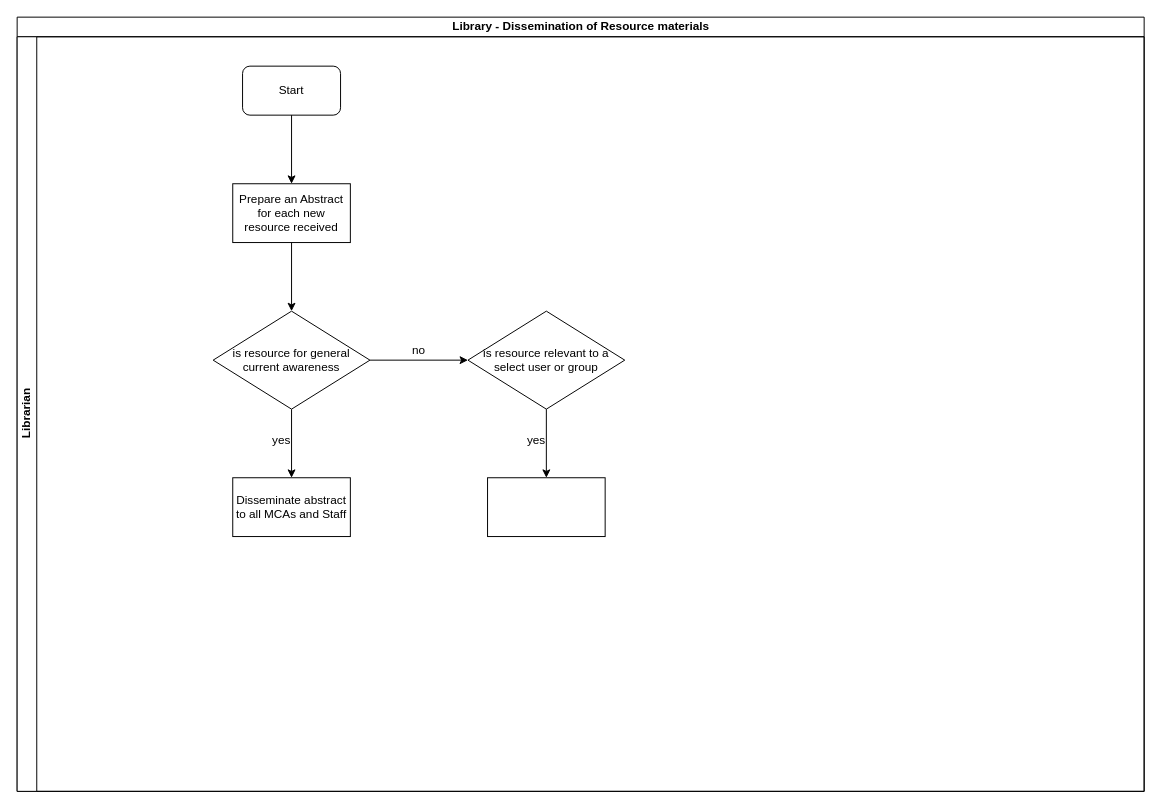
Before: Library - Dissemination of Resource materials.drawio in kmagua/flowcharts, a draw.io diagram. Source tidied: cells renumbered, new cells numbered last; positions are measured from the earlier drawing's top-left corner, leaving out a move shared by most shapes. Both pictures are drawn from the tidied source at 98%, with x=0, y=0 at pixel (17, 17).
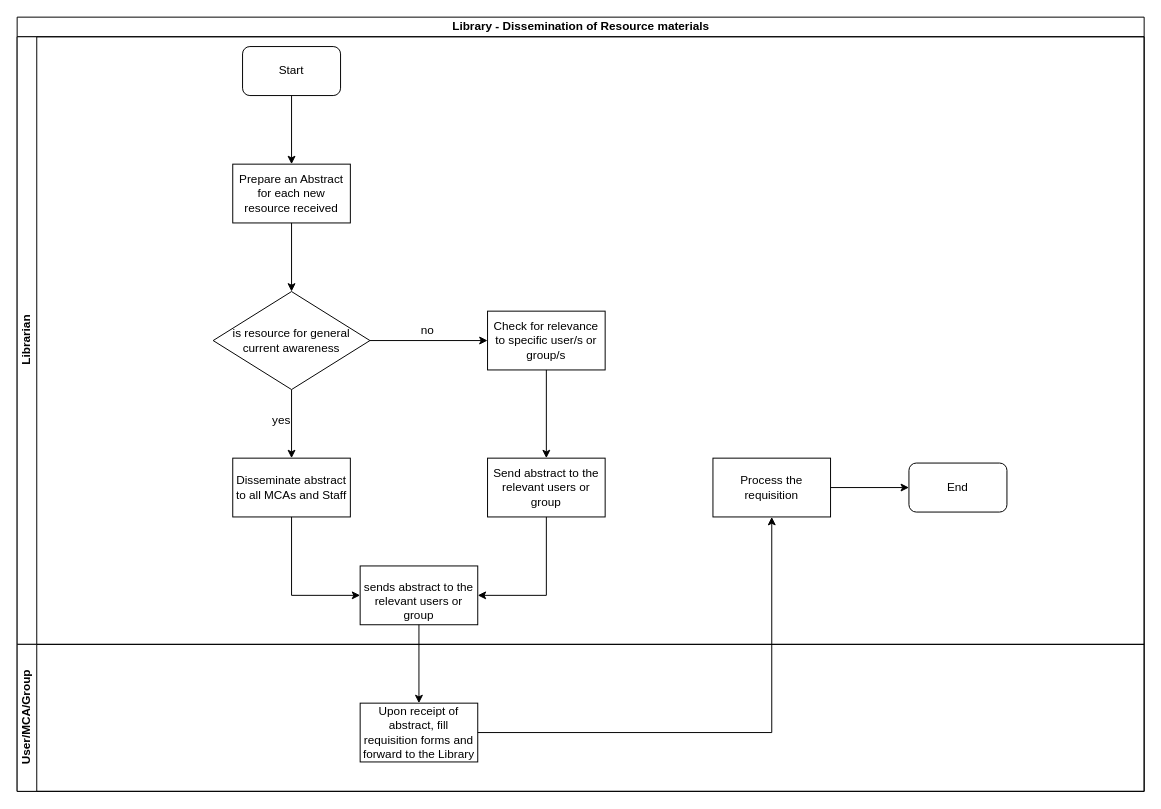
After the change.

Unchanged cells that the change refers to:
```xml
<mxCell id="2" value="Library - Dissemination of Resource materials" style="swimlane;html=1;horizontal=1;startSize=20;" parent="1" vertex="1">
  <mxGeometry width="1150" height="790" as="geometry" />
</mxCell>
```

What changed in the source:
```diff
@@
     <mxCell id="3" value="Librarian" style="swimlane;html=1;startSize=20;horizontal=0;" parent="2" vertex="1">
-      <mxGeometry y="20" width="1150" height="770" as="geometry" />
+      <mxGeometry y="20" width="1150" height="620" as="geometry" />
     </mxCell>
     <mxCell id="4" value="Start" style="rounded=1;whiteSpace=wrap;html=1;" parent="3" vertex="1">
-      <mxGeometry x="230" y="30" width="100" height="50" as="geometry" />
+      <mxGeometry x="230" y="10" width="100" height="50" as="geometry" />
     </mxCell>
     <mxCell id="5" value="Prepare an Abstract for each new resource received" style="rounded=0;whiteSpace=wrap;html=1;" parent="3" vertex="1">
-      <mxGeometry x="220" y="150" width="120" height="60" as="geometry" />
+      <mxGeometry x="220" y="130" width="120" height="60" as="geometry" />
     </mxCell>
@@
     <mxCell id="7" value="no" style="text;html=1;strokeColor=none;fillColor=none;align=center;verticalAlign=middle;whiteSpace=wrap;rounded=0;" parent="3" vertex="1">
-      <mxGeometry x="390" y="310" width="40" height="20" as="geometry" />
+      <mxGeometry x="399" y="290" width="40" height="20" as="geometry" />
     </mxCell>
-    <mxCell id="8" value="is resource relevant to a select user or group" style="rhombus;whiteSpace=wrap;html=1;rounded=0;" parent="3" vertex="1">
-      <mxGeometry x="460" y="280" width="160" height="100" as="geometry" />
-    </mxCell>
-    <mxCell id="9" value="yes" style="text;html=1;strokeColor=none;fillColor=none;align=center;verticalAlign=middle;whiteSpace=wrap;rounded=0;" parent="3" vertex="1">
-      <mxGeometry x="510" y="402" width="40" height="20" as="geometry" />
-    </mxCell>
+    <mxCell id="18" value="Check for relevance to specific user/s or group/s" style="rounded=0;whiteSpace=wrap;html=1;" parent="3" vertex="1">
+      <mxGeometry x="480" y="280" width="120" height="60" as="geometry" />
+    </mxCell>
     <mxCell id="10" value="yes" style="text;html=1;strokeColor=none;fillColor=none;align=center;verticalAlign=middle;whiteSpace=wrap;rounded=0;" parent="3" vertex="1">
-      <mxGeometry x="250" y="402" width="40" height="20" as="geometry" />
+      <mxGeometry x="250" y="382" width="40" height="20" as="geometry" />
     </mxCell>
+    <mxCell id="19" value="Process the requisition" style="whiteSpace=wrap;html=1;rounded=0;" parent="3" vertex="1">
+      <mxGeometry x="710" y="430" width="120" height="60" as="geometry" />
+    </mxCell>
-    <mxCell id="11" style="whiteSpace=wrap;html=1;rounded=0;" parent="3" vertex="1">
-      <mxGeometry x="480" y="450" width="120" height="60" as="geometry" />
+    <mxCell id="11" value="Send abstract to the relevant users or group&lt;br/&gt;" style="whiteSpace=wrap;html=1;rounded=0;" parent="3" vertex="1">
+      <mxGeometry x="480" y="430" width="120" height="60" as="geometry" />
     </mxCell>
     <mxCell id="12" value="Disseminate abstract to all MCAs and Staff" style="whiteSpace=wrap;html=1;rounded=0;" parent="3" vertex="1">
-      <mxGeometry x="220" y="450" width="120" height="60" as="geometry" />
+      <mxGeometry x="220" y="430" width="120" height="60" as="geometry" />
     </mxCell>
-    <mxCell id="13" style="edgeStyle=orthogonalEdgeStyle;rounded=0;jettySize=auto;html=1;" parent="3" edge="1" source="8" target="11">
+    <mxCell id="13" style="edgeStyle=orthogonalEdgeStyle;rounded=0;jettySize=auto;html=1;exitX=0.5;exitY=1;exitDx=0;exitDy=0;" parent="3" edge="1" source="18" target="11">
       <mxGeometry relative="1" as="geometry" />
     </mxCell>
+    <mxCell id="20" value="End" style="rounded=1;whiteSpace=wrap;html=1;" parent="3" vertex="1">
+      <mxGeometry x="910" y="435" width="100" height="50" as="geometry" />
+    </mxCell>
+    <mxCell id="21" value="&lt;br/&gt;&lt;p style=&quot;margin-bottom: 0in&quot;&gt;sends abstract to the relevant users or&lt;br/&gt;group&lt;/p&gt;&lt;br/&gt;" style="rounded=0;whiteSpace=wrap;html=1;" parent="3" vertex="1">
+      <mxGeometry x="350" y="540" width="120" height="60" as="geometry" />
+    </mxCell>
+    <mxCell id="22" style="edgeStyle=orthogonalEdgeStyle;rounded=0;jettySize=auto;html=1;entryX=1;entryY=0.5;entryDx=0;entryDy=0;exitX=0.5;exitY=1;exitDx=0;exitDy=0;" parent="3" edge="1" source="11" target="21">
+      <mxGeometry relative="1" as="geometry" />
+    </mxCell>
+    <mxCell id="23" style="edgeStyle=orthogonalEdgeStyle;rounded=0;jettySize=auto;html=1;entryX=0;entryY=0.5;entryDx=0;entryDy=0;exitX=0.5;exitY=1;exitDx=0;exitDy=0;" parent="3" edge="1" source="12" target="21">
+      <mxGeometry relative="1" as="geometry" />
+    </mxCell>
+    <mxCell id="24" style="edgeStyle=orthogonalEdgeStyle;rounded=0;jettySize=auto;html=1;entryX=0;entryY=0.5;entryDx=0;entryDy=0;" parent="3" edge="1" source="19" target="20">
+      <mxGeometry relative="1" as="geometry" />
+    </mxCell>
+    <mxCell id="25" value="User/MCA/Group" style="swimlane;html=1;startSize=20;horizontal=0;" parent="2" vertex="1">
+      <mxGeometry y="640" width="1150" height="150" as="geometry" />
+    </mxCell>
+    <mxCell id="26" value="Upon receipt of abstract, fill requisition forms and forward to the Library" style="whiteSpace=wrap;html=1;rounded=0;" parent="25" vertex="1">
+      <mxGeometry x="350" y="60" width="120" height="60" as="geometry" />
+    </mxCell>
+    <mxCell id="27" style="edgeStyle=orthogonalEdgeStyle;rounded=0;jettySize=auto;html=1;" parent="2" edge="1" source="21" target="26">
+      <mxGeometry relative="1" as="geometry" />
+    </mxCell>
+    <mxCell id="28" style="edgeStyle=orthogonalEdgeStyle;rounded=0;jettySize=auto;html=1;" parent="2" edge="1" source="26" target="19">
+      <mxGeometry relative="1" as="geometry" />
+    </mxCell>
@@
-    <mxCell id="15" style="edgeStyle=orthogonalEdgeStyle;rounded=0;jettySize=auto;html=1;entryX=0;entryY=0.5;entryDx=0;entryDy=0;" parent="1" edge="1" source="16" target="8">
+    <mxCell id="15" style="edgeStyle=orthogonalEdgeStyle;rounded=0;jettySize=auto;html=1;entryX=0;entryY=0.5;entryDx=0;entryDy=0;" parent="1" edge="1" source="16" target="18">
       <mxGeometry relative="1" as="geometry" />
     </mxCell>
     <mxCell id="16" value="is resource for general current awareness" style="rhombus;whiteSpace=wrap;html=1;rounded=0;" parent="1" vertex="1">
-      <mxGeometry x="200" y="300" width="160" height="100" as="geometry" />
+      <mxGeometry x="200" y="280" width="160" height="100" as="geometry" />
     </mxCell>
```
